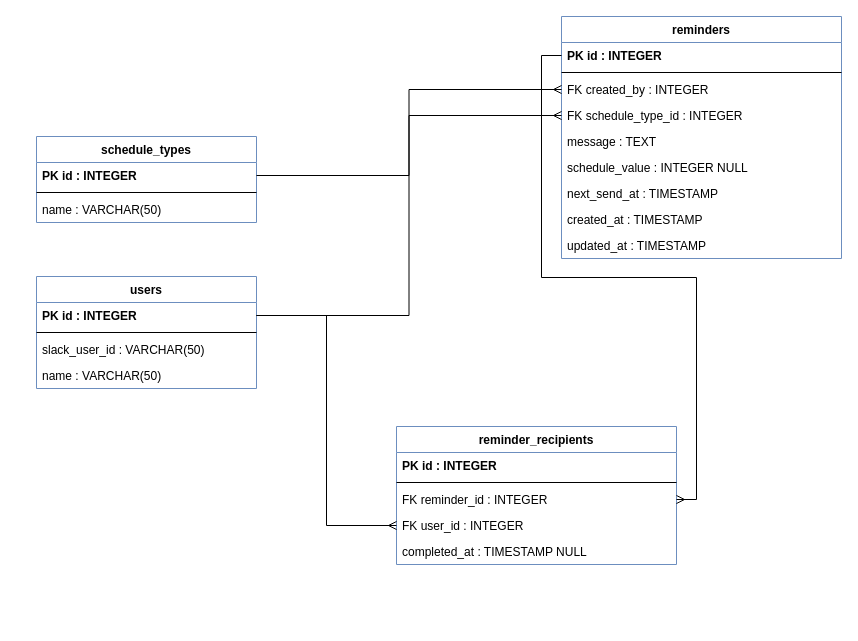
Above: データベース設計/データベースモデリング4/er_diagram.dio in DaisukeKikukawa/Praha-Challenge (draw.io), before the change. Source tidied: cells renumbered, new cells numbered last; positions are measured from the earlier drawing's top-left corner, leaving out a move shared by most shapes. Both pictures are drawn from the tidied source at 100%, with x=0, y=0 at pixel (36, 16).
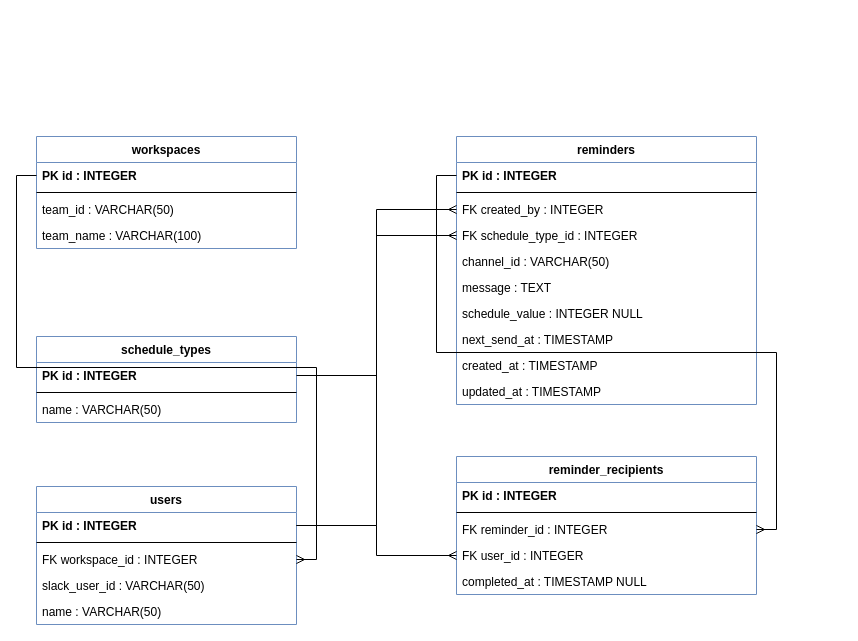
The same page after the edit.

Diff of the diagram source:
```diff
@@
-    <mxCell id="2" value="users" style="swimlane;fontStyle=1;align=center;verticalAlign=top;horizontal=1;startSize=26;fillColor=none;strokeColor=#6c8ebf;" parent="1" vertex="1">
-      <mxGeometry y="260" width="220" height="112" as="geometry" />
-    </mxCell>
-    <mxCell id="3" value="PK  id : INTEGER" style="text;strokeColor=none;fillColor=none;align=left;verticalAlign=top;spacingLeft=4;spacingRight=4;overflow=hidden;points=[[0,0.5],[1,0.5]];portConstraint=eastwest;fontStyle=1;" parent="2" vertex="1">
-      <mxGeometry y="26" width="220" height="26" as="geometry" />
-    </mxCell>
-    <mxCell id="4" style="line;strokeWidth=1;fillColor=none;align=left;verticalAlign=middle;spacingTop=-1;spacingLeft=3;spacingRight=3;labelPosition=right;" parent="2" vertex="1">
-      <mxGeometry y="52" width="220" height="8" as="geometry" />
-    </mxCell>
-    <mxCell id="5" value="     slack_user_id : VARCHAR(50)" style="text;strokeColor=none;fillColor=none;align=left;verticalAlign=top;spacingLeft=4;spacingRight=4;overflow=hidden;" parent="2" vertex="1">
-      <mxGeometry y="60" width="220" height="26" as="geometry" />
-    </mxCell>
-    <mxCell id="6" value="     name : VARCHAR(50)" style="text;strokeColor=none;fillColor=none;align=left;verticalAlign=top;spacingLeft=4;spacingRight=4;overflow=hidden;" parent="2" vertex="1">
-      <mxGeometry y="86" width="220" height="26" as="geometry" />
-    </mxCell>
+    <mxCell id="31" value="workspaces" style="swimlane;fontStyle=1;align=center;verticalAlign=top;horizontal=1;startSize=26;fillColor=none;strokeColor=#6c8ebf;" parent="1" vertex="1">
+      <mxGeometry y="120" width="260" height="112" as="geometry" />
+    </mxCell>
+    <mxCell id="32" value="PK  id : INTEGER" style="text;strokeColor=none;fillColor=none;align=left;verticalAlign=top;spacingLeft=4;spacingRight=4;overflow=hidden;points=[[0,0.5],[1,0.5]];portConstraint=eastwest;fontStyle=1;" parent="31" vertex="1">
+      <mxGeometry y="26" width="260" height="26" as="geometry" />
+    </mxCell>
+    <mxCell id="33" style="line;strokeWidth=1;fillColor=none;align=left;verticalAlign=middle;spacingTop=-1;spacingLeft=3;spacingRight=3;labelPosition=right;" parent="31" vertex="1">
+      <mxGeometry y="52" width="260" height="8" as="geometry" />
+    </mxCell>
+    <mxCell id="34" value="     team_id : VARCHAR(50)" style="text;strokeColor=none;fillColor=none;align=left;verticalAlign=top;spacingLeft=4;spacingRight=4;overflow=hidden;" parent="31" vertex="1">
+      <mxGeometry y="60" width="260" height="26" as="geometry" />
+    </mxCell>
+    <mxCell id="35" value="     team_name : VARCHAR(100)" style="text;strokeColor=none;fillColor=none;align=left;verticalAlign=top;spacingLeft=4;spacingRight=4;overflow=hidden;" parent="31" vertex="1">
+      <mxGeometry y="86" width="260" height="26" as="geometry" />
+    </mxCell>
     <mxCell id="7" value="schedule_types" style="swimlane;fontStyle=1;align=center;verticalAlign=top;horizontal=1;startSize=26;fillColor=none;strokeColor=#6c8ebf;" parent="1" vertex="1">
-      <mxGeometry y="120" width="220" height="86" as="geometry" />
+      <mxGeometry y="320" width="260" height="86" as="geometry" />
     </mxCell>
     <mxCell id="8" value="PK  id : INTEGER" style="text;strokeColor=none;fillColor=none;align=left;verticalAlign=top;spacingLeft=4;spacingRight=4;overflow=hidden;points=[[0,0.5],[1,0.5]];portConstraint=eastwest;fontStyle=1;" parent="7" vertex="1">
-      <mxGeometry y="26" width="220" height="26" as="geometry" />
+      <mxGeometry y="26" width="260" height="26" as="geometry" />
     </mxCell>
     <mxCell id="9" style="line;strokeWidth=1;fillColor=none;align=left;verticalAlign=middle;spacingTop=-1;spacingLeft=3;spacingRight=3;labelPosition=right;" parent="7" vertex="1">
-      <mxGeometry y="52" width="220" height="8" as="geometry" />
+      <mxGeometry y="52" width="260" height="8" as="geometry" />
     </mxCell>
     <mxCell id="10" value="     name : VARCHAR(50)" style="text;strokeColor=none;fillColor=none;align=left;verticalAlign=top;spacingLeft=4;spacingRight=4;overflow=hidden;" parent="7" vertex="1">
-      <mxGeometry y="60" width="220" height="26" as="geometry" />
+      <mxGeometry y="60" width="260" height="26" as="geometry" />
     </mxCell>
+    <mxCell id="2" value="users" style="swimlane;fontStyle=1;align=center;verticalAlign=top;horizontal=1;startSize=26;fillColor=none;strokeColor=#6c8ebf;" parent="1" vertex="1">
+      <mxGeometry y="470" width="260" height="138" as="geometry" />
+    </mxCell>
+    <mxCell id="3" value="PK  id : INTEGER" style="text;strokeColor=none;fillColor=none;align=left;verticalAlign=top;spacingLeft=4;spacingRight=4;overflow=hidden;points=[[0,0.5],[1,0.5]];portConstraint=eastwest;fontStyle=1;" parent="2" vertex="1">
+      <mxGeometry y="26" width="260" height="26" as="geometry" />
+    </mxCell>
+    <mxCell id="4" style="line;strokeWidth=1;fillColor=none;align=left;verticalAlign=middle;spacingTop=-1;spacingLeft=3;spacingRight=3;labelPosition=right;" parent="2" vertex="1">
+      <mxGeometry y="52" width="260" height="8" as="geometry" />
+    </mxCell>
+    <mxCell id="36" value="FK  workspace_id : INTEGER" style="text;strokeColor=none;fillColor=none;align=left;verticalAlign=top;spacingLeft=4;spacingRight=4;overflow=hidden;points=[[0,0.5],[1,0.5]];portConstraint=eastwest;" parent="2" vertex="1">
+      <mxGeometry y="60" width="260" height="26" as="geometry" />
+    </mxCell>
+    <mxCell id="5" value="     slack_user_id : VARCHAR(50)" style="text;strokeColor=none;fillColor=none;align=left;verticalAlign=top;spacingLeft=4;spacingRight=4;overflow=hidden;" parent="2" vertex="1">
+      <mxGeometry y="86" width="260" height="26" as="geometry" />
+    </mxCell>
+    <mxCell id="6" value="     name : VARCHAR(50)" style="text;strokeColor=none;fillColor=none;align=left;verticalAlign=top;spacingLeft=4;spacingRight=4;overflow=hidden;" parent="2" vertex="1">
+      <mxGeometry y="112" width="260" height="26" as="geometry" />
+    </mxCell>
     <mxCell id="11" value="reminders" style="swimlane;fontStyle=1;align=center;verticalAlign=top;horizontal=1;startSize=26;fillColor=none;strokeColor=#6c8ebf;" parent="1" vertex="1">
-      <mxGeometry x="525" width="280" height="242" as="geometry" />
+      <mxGeometry x="420" y="120" width="300" height="268" as="geometry" />
     </mxCell>
     <mxCell id="12" value="PK  id : INTEGER" style="text;strokeColor=none;fillColor=none;align=left;verticalAlign=top;spacingLeft=4;spacingRight=4;overflow=hidden;points=[[0,0.5],[1,0.5]];portConstraint=eastwest;fontStyle=1;" parent="11" vertex="1">
-      <mxGeometry y="26" width="280" height="26" as="geometry" />
+      <mxGeometry y="26" width="300" height="26" as="geometry" />
     </mxCell>
     <mxCell id="13" style="line;strokeWidth=1;fillColor=none;align=left;verticalAlign=middle;spacingTop=-1;spacingLeft=3;spacingRight=3;labelPosition=right;" parent="11" vertex="1">
-      <mxGeometry y="52" width="280" height="8" as="geometry" />
+      <mxGeometry y="52" width="300" height="8" as="geometry" />
     </mxCell>
     <mxCell id="14" value="FK  created_by : INTEGER" style="text;strokeColor=none;fillColor=none;align=left;verticalAlign=top;spacingLeft=4;spacingRight=4;overflow=hidden;points=[[0,0.5],[1,0.5]];portConstraint=eastwest;" parent="11" vertex="1">
-      <mxGeometry y="60" width="280" height="26" as="geometry" />
+      <mxGeometry y="60" width="300" height="26" as="geometry" />
     </mxCell>
     <mxCell id="15" value="FK  schedule_type_id : INTEGER" style="text;strokeColor=none;fillColor=none;align=left;verticalAlign=top;spacingLeft=4;spacingRight=4;overflow=hidden;points=[[0,0.5],[1,0.5]];portConstraint=eastwest;" parent="11" vertex="1">
-      <mxGeometry y="86" width="280" height="26" as="geometry" />
+      <mxGeometry y="86" width="300" height="26" as="geometry" />
     </mxCell>
+    <mxCell id="37" value="     channel_id : VARCHAR(50)" style="text;strokeColor=none;fillColor=none;align=left;verticalAlign=top;spacingLeft=4;spacingRight=4;overflow=hidden;" parent="11" vertex="1">
+      <mxGeometry y="112" width="300" height="26" as="geometry" />
+    </mxCell>
     <mxCell id="16" value="     message : TEXT" style="text;strokeColor=none;fillColor=none;align=left;verticalAlign=top;spacingLeft=4;spacingRight=4;overflow=hidden;" parent="11" vertex="1">
-      <mxGeometry y="112" width="280" height="26" as="geometry" />
+      <mxGeometry y="138" width="300" height="26" as="geometry" />
     </mxCell>
     <mxCell id="17" value="     schedule_value : INTEGER NULL" style="text;strokeColor=none;fillColor=none;align=left;verticalAlign=top;spacingLeft=4;spacingRight=4;overflow=hidden;" parent="11" vertex="1">
-      <mxGeometry y="138" width="280" height="26" as="geometry" />
+      <mxGeometry y="164" width="300" height="26" as="geometry" />
     </mxCell>
     <mxCell id="18" value="     next_send_at : TIMESTAMP" style="text;strokeColor=none;fillColor=none;align=left;verticalAlign=top;spacingLeft=4;spacingRight=4;overflow=hidden;" parent="11" vertex="1">
-      <mxGeometry y="164" width="280" height="26" as="geometry" />
+      <mxGeometry y="190" width="300" height="26" as="geometry" />
     </mxCell>
     <mxCell id="19" value="     created_at : TIMESTAMP" style="text;strokeColor=none;fillColor=none;align=left;verticalAlign=top;spacingLeft=4;spacingRight=4;overflow=hidden;" parent="11" vertex="1">
-      <mxGeometry y="190" width="280" height="26" as="geometry" />
+      <mxGeometry y="216" width="300" height="26" as="geometry" />
     </mxCell>
     <mxCell id="20" value="     updated_at : TIMESTAMP" style="text;strokeColor=none;fillColor=none;align=left;verticalAlign=top;spacingLeft=4;spacingRight=4;overflow=hidden;" parent="11" vertex="1">
-      <mxGeometry y="216" width="280" height="26" as="geometry" />
+      <mxGeometry y="242" width="300" height="26" as="geometry" />
     </mxCell>
     <mxCell id="21" value="reminder_recipients" style="swimlane;fontStyle=1;align=center;verticalAlign=top;horizontal=1;startSize=26;fillColor=none;strokeColor=#6c8ebf;" parent="1" vertex="1">
-      <mxGeometry x="360" y="410" width="280" height="138" as="geometry" />
+      <mxGeometry x="420" y="440" width="300" height="138" as="geometry" />
     </mxCell>
     <mxCell id="22" value="PK  id : INTEGER" style="text;strokeColor=none;fillColor=none;align=left;verticalAlign=top;spacingLeft=4;spacingRight=4;overflow=hidden;fontStyle=1;" parent="21" vertex="1">
-      <mxGeometry y="26" width="280" height="26" as="geometry" />
+      <mxGeometry y="26" width="300" height="26" as="geometry" />
     </mxCell>
     <mxCell id="23" style="line;strokeWidth=1;fillColor=none;align=left;verticalAlign=middle;spacingTop=-1;spacingLeft=3;spacingRight=3;labelPosition=right;" parent="21" vertex="1">
-      <mxGeometry y="52" width="280" height="8" as="geometry" />
+      <mxGeometry y="52" width="300" height="8" as="geometry" />
     </mxCell>
     <mxCell id="24" value="FK  reminder_id : INTEGER" style="text;strokeColor=none;fillColor=none;align=left;verticalAlign=top;spacingLeft=4;spacingRight=4;overflow=hidden;points=[[0,0.5],[1,0.5]];portConstraint=eastwest;" parent="21" vertex="1">
-      <mxGeometry y="60" width="280" height="26" as="geometry" />
+      <mxGeometry y="60" width="300" height="26" as="geometry" />
     </mxCell>
     <mxCell id="25" value="FK  user_id : INTEGER" style="text;strokeColor=none;fillColor=none;align=left;verticalAlign=top;spacingLeft=4;spacingRight=4;overflow=hidden;points=[[0,0.5],[1,0.5]];portConstraint=eastwest;" parent="21" vertex="1">
-      <mxGeometry y="86" width="280" height="26" as="geometry" />
+      <mxGeometry y="86" width="300" height="26" as="geometry" />
     </mxCell>
     <mxCell id="26" value="     completed_at : TIMESTAMP NULL" style="text;strokeColor=none;fillColor=none;align=left;verticalAlign=top;spacingLeft=4;spacingRight=4;overflow=hidden;" parent="21" vertex="1">
-      <mxGeometry y="112" width="280" height="26" as="geometry" />
+      <mxGeometry y="112" width="300" height="26" as="geometry" />
     </mxCell>
-    <mxCell id="27" style="edgeStyle=orthogonalEdgeStyle;rounded=0;jettySize=auto;html=1;startArrow=none;startFill=0;endArrow=ERmany;endFill=0;" parent="1" edge="1" source="3" target="14">
+    <mxCell id="27" style="edgeStyle=orthogonalEdgeStyle;rounded=0;jettySize=auto;html=1;startArrow=none;startFill=0;endArrow=ERmany;endFill=0;" parent="1" edge="1" source="32" target="36">
       <mxGeometry relative="1" as="geometry" />
     </mxCell>
-    <mxCell id="28" style="edgeStyle=orthogonalEdgeStyle;rounded=0;jettySize=auto;html=1;startArrow=none;startFill=0;endArrow=ERmany;endFill=0;" parent="1" edge="1" source="8" target="15">
+    <mxCell id="28" style="edgeStyle=orthogonalEdgeStyle;rounded=0;jettySize=auto;html=1;startArrow=none;startFill=0;endArrow=ERmany;endFill=0;" parent="1" edge="1" source="3" target="14">
       <mxGeometry relative="1" as="geometry" />
     </mxCell>
-    <mxCell id="29" style="edgeStyle=orthogonalEdgeStyle;rounded=0;jettySize=auto;html=1;startArrow=none;startFill=0;endArrow=ERmany;endFill=0;" parent="1" edge="1" source="12" target="24">
+    <mxCell id="29" style="edgeStyle=orthogonalEdgeStyle;rounded=0;jettySize=auto;html=1;startArrow=none;startFill=0;endArrow=ERmany;endFill=0;" parent="1" edge="1" source="8" target="15">
       <mxGeometry relative="1" as="geometry" />
     </mxCell>
-    <mxCell id="30" style="edgeStyle=orthogonalEdgeStyle;rounded=0;jettySize=auto;html=1;startArrow=none;startFill=0;endArrow=ERmany;endFill=0;" parent="1" edge="1" source="3" target="25">
+    <mxCell id="30" style="edgeStyle=orthogonalEdgeStyle;rounded=0;jettySize=auto;html=1;startArrow=none;startFill=0;endArrow=ERmany;endFill=0;" parent="1" edge="1" source="12" target="24">
       <mxGeometry relative="1" as="geometry" />
     </mxCell>
+    <mxCell id="38" style="edgeStyle=orthogonalEdgeStyle;rounded=0;jettySize=auto;html=1;startArrow=none;startFill=0;endArrow=ERmany;endFill=0;" parent="1" edge="1" source="3" target="25">
+      <mxGeometry relative="1" as="geometry" />
+    </mxCell>
```
